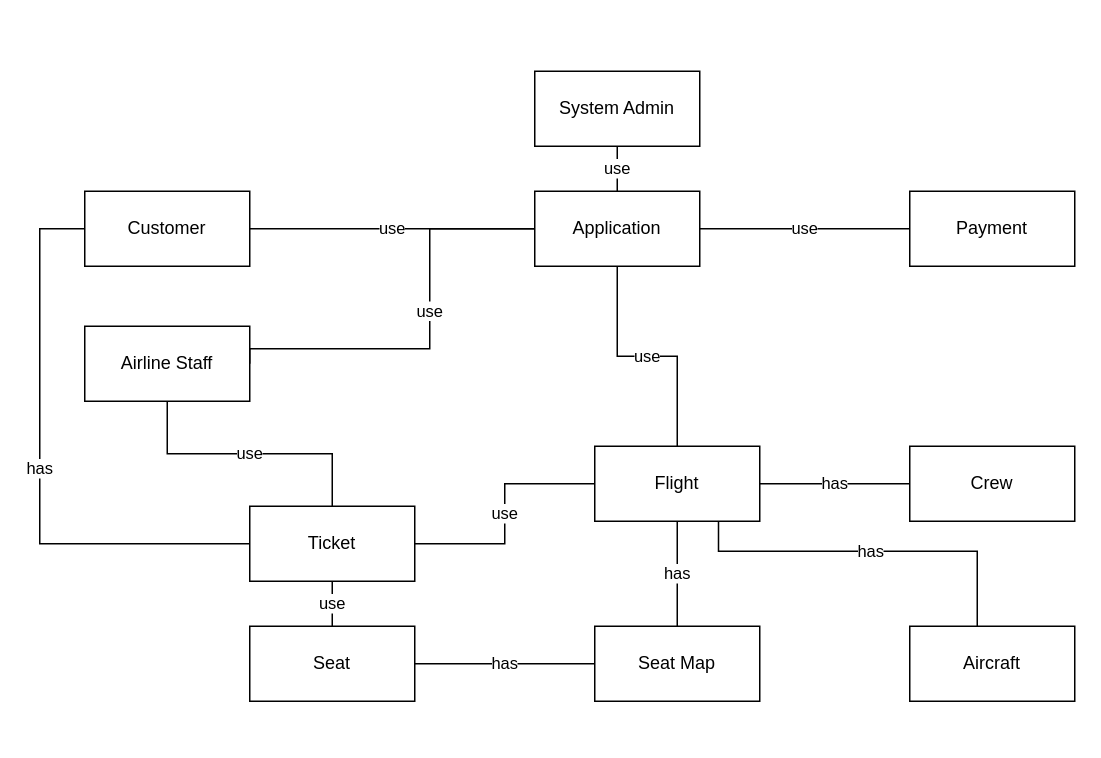
Before: P1_Use_Case_Diagram/Conceptual Model.drawio in ESDiep/FlightReservationProject, a draw.io diagram. Source tidied: cells renumbered, new cells numbered last; positions are measured from the earlier drawing's top-left corner, leaving out a move shared by most shapes. Both pictures are drawn from the tidied source at 150%, with x=0, y=0 at pixel (39, 70).
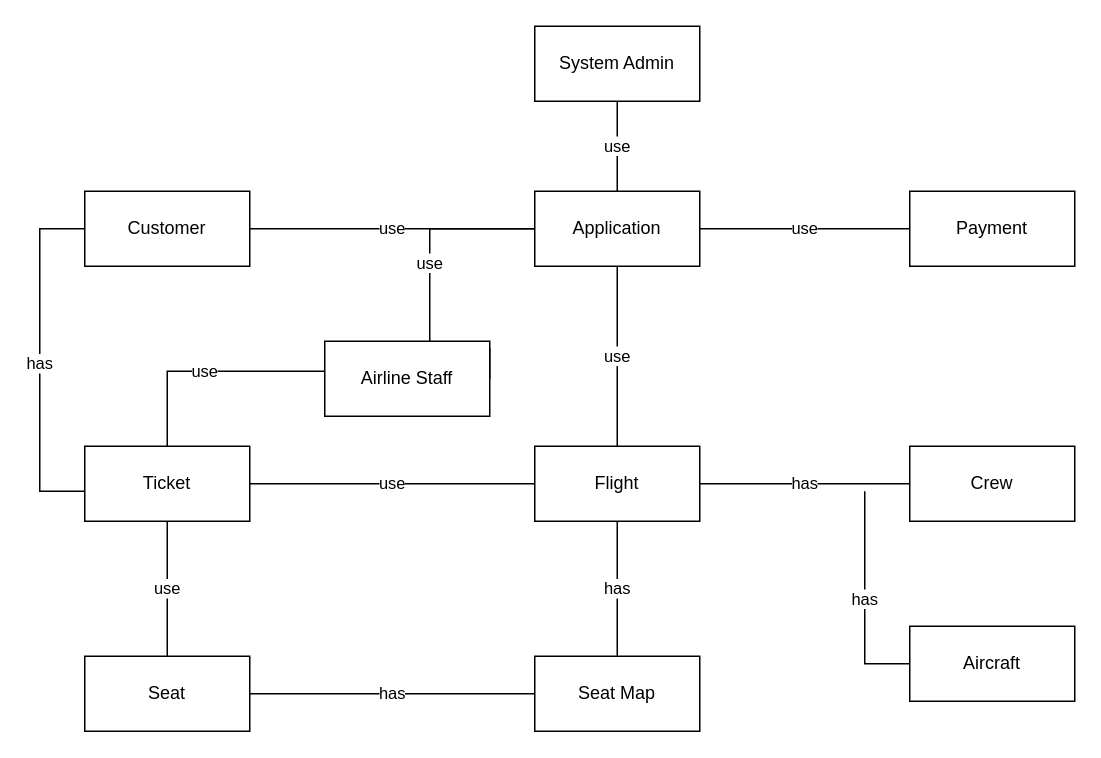
The same diagram, later.

Commit message:
rearrange the box

Unchanged cells that the change refers to:
```xml
<mxCell id="4" value="Customer" style="html=1;whiteSpace=wrap;" parent="1" vertex="1">
  <mxGeometry x="30" y="80" width="110" height="50" as="geometry" />
</mxCell>
<mxCell id="14" value="Aircraft" style="html=1;whiteSpace=wrap;" parent="1" vertex="1">
  <mxGeometry x="580" y="370" width="110" height="50" as="geometry" />
</mxCell>
```

What changed in the source:
```diff
@@
     <mxCell id="3" value="has" style="edgeStyle=orthogonalEdgeStyle;rounded=0;jettySize=auto;html=1;entryX=0;entryY=0.5;entryDx=0;entryDy=0;endArrow=none;endFill=0;" parent="1" edge="1" source="4" target="12">
       <mxGeometry relative="1" as="geometry">
         <Array as="points">
           <mxPoint y="105" />
-          <mxPoint y="315" />
+          <mxPoint y="280" />
+          <mxPoint x="30" y="280" />
         </Array>
       </mxGeometry>
     </mxCell>
@@
     <mxCell id="8" value="Seat" style="html=1;whiteSpace=wrap;" parent="1" vertex="1">
-      <mxGeometry x="140" y="370" width="110" height="50" as="geometry" />
+      <mxGeometry x="30" y="390" width="110" height="50" as="geometry" />
     </mxCell>
@@
     <mxCell id="10" value="Seat Map" style="html=1;whiteSpace=wrap;" parent="1" vertex="1">
-      <mxGeometry x="370" y="370" width="110" height="50" as="geometry" />
+      <mxGeometry x="330" y="390" width="110" height="50" as="geometry" />
     </mxCell>
@@
     <mxCell id="12" value="Ticket" style="html=1;whiteSpace=wrap;" parent="1" vertex="1">
-      <mxGeometry x="140" y="290" width="110" height="50" as="geometry" />
+      <mxGeometry x="30" y="250" width="110" height="50" as="geometry" />
     </mxCell>
-    <mxCell id="13" value="has" style="edgeStyle=orthogonalEdgeStyle;rounded=0;jettySize=auto;html=1;entryX=0.75;entryY=1;entryDx=0;entryDy=0;endArrow=none;endFill=0;" parent="1" edge="1" source="14" target="17">
+    <mxCell id="13" value="has" style="edgeStyle=orthogonalEdgeStyle;rounded=0;jettySize=auto;html=1;endArrow=none;endFill=0;" parent="1" edge="1" source="14">
       <mxGeometry relative="1" as="geometry">
+        <mxPoint x="550" y="280" as="targetPoint" />
         <Array as="points">
-          <mxPoint x="625" y="320" />
-          <mxPoint x="453" y="320" />
+          <mxPoint x="550" y="395" />
         </Array>
       </mxGeometry>
     </mxCell>
@@
     <mxCell id="17" value="Flight" style="html=1;whiteSpace=wrap;" parent="1" vertex="1">
-      <mxGeometry x="370" y="250" width="110" height="50" as="geometry" />
+      <mxGeometry x="330" y="250" width="110" height="50" as="geometry" />
     </mxCell>
@@
     <mxCell id="22" value="use" style="edgeStyle=orthogonalEdgeStyle;rounded=0;jettySize=auto;html=1;endArrow=none;endFill=0;" parent="1" edge="1" source="23" target="12">
-      <mxGeometry relative="1" as="geometry" />
+      <mxGeometry x="0.03" relative="1" as="geometry">
+        <Array as="points">
+          <mxPoint x="85" y="200" />
+        </Array>
+      </mxGeometry>
     </mxCell>
     <mxCell id="23" value="Airline Staff" style="html=1;whiteSpace=wrap;" parent="1" vertex="1">
-      <mxGeometry x="30" y="170" width="110" height="50" as="geometry" />
+      <mxGeometry x="190" y="180" width="110" height="50" as="geometry" />
     </mxCell>
@@
     <mxCell id="25" value="System Admin" style="html=1;whiteSpace=wrap;" parent="1" vertex="1">
-      <mxGeometry x="330" width="110" height="50" as="geometry" />
+      <mxGeometry x="330" y="-30" width="110" height="50" as="geometry" />
     </mxCell>
```
